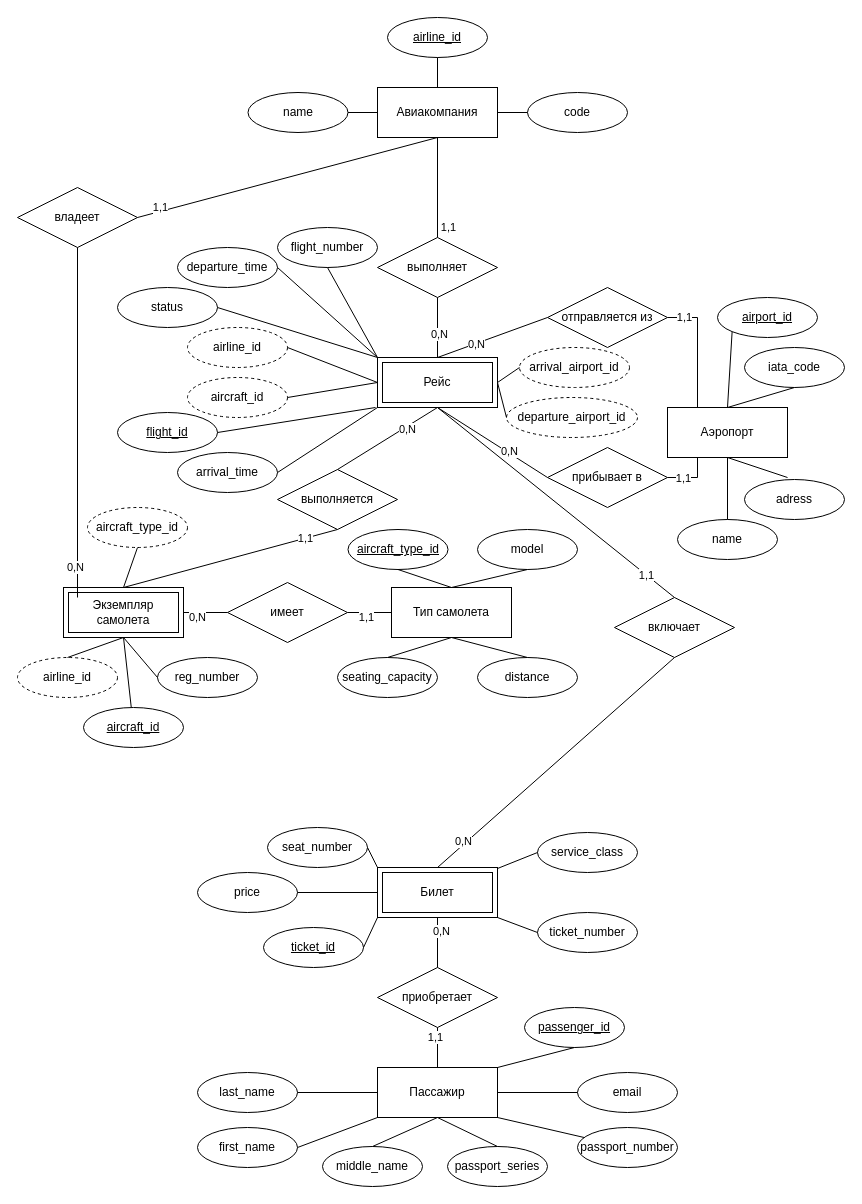
This is Концептуальная модель.drawio from zhulegoalina/DBMS-labs, a draw.io file, before an edit. Source tidied: cells renumbered, new cells numbered last; positions are measured from the earlier drawing's top-left corner, leaving out a move shared by most shapes. Both pictures are drawn from the tidied source at 100%, with x=0, y=0 at pixel (17, 17).
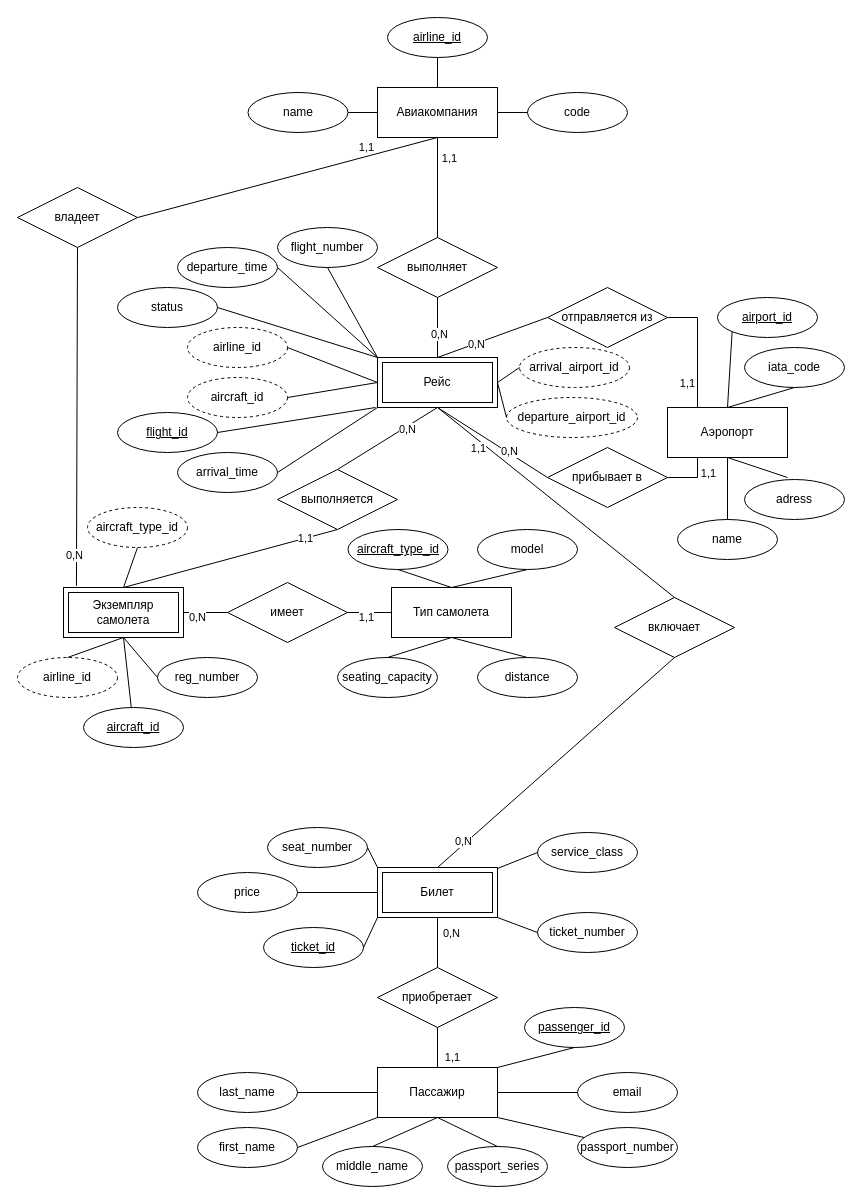
The same diagram, later.

The change refers to these unchanged cells:
```xml
<mxCell id="6" style="edgeStyle=entityRelationEdgeStyle;rounded=0;jettySize=auto;html=1;exitX=0.5;exitY=0;exitDx=0;exitDy=0;entryX=1;entryY=0.5;entryDx=0;entryDy=0;endArrow=none;endFill=0;" parent="1" edge="1" source="10" target="54">
  <mxGeometry relative="1" as="geometry" />
</mxCell>
<mxCell id="8" style="edgeStyle=entityRelationEdgeStyle;rounded=0;jettySize=auto;html=1;endArrow=none;endFill=0;exitX=0.5;exitY=1;exitDx=0;exitDy=0;" parent="1" edge="1" source="10" target="55">
  <mxGeometry relative="1" as="geometry" />
</mxCell>
<mxCell id="13" value="&lt;span style=&quot;&quot;&gt;Экземпляр самолета&lt;/span&gt;" style="shape=ext;margin=3;double=1;whiteSpace=wrap;html=1;align=center;fillColor=light-dark(#FFFFFF,#FF33FF);fontColor=light-dark(#000000,#000000);strokeColor=light-dark(#000000,#000000);" parent="1" vertex="1">
  <mxGeometry x="46" y="570" width="120" height="50" as="geometry" />
</mxCell>
<mxCell id="57" value="владеет" style="shape=rhombus;perimeter=rhombusPerimeter;whiteSpace=wrap;html=1;align=center;fillColor=light-dark(#FFFFFF,#E6D0DE);strokeColor=light-dark(#000000,#000000);fontColor=light-dark(#000000,#000000);" parent="1" vertex="1">
  <mxGeometry y="170" width="120" height="60" as="geometry" />
</mxCell>
<mxCell id="65" style="endArrow=none;html=1;rounded=0;exitX=0.5;exitY=1;exitDx=0;exitDy=0;entryX=1;entryY=0.5;entryDx=0;entryDy=0;" parent="1" edge="1" source="2" target="57">
  <mxGeometry relative="1" as="geometry" />
</mxCell>
<mxCell id="69" style="endArrow=none;html=1;rounded=0;exitX=0.5;exitY=0;exitDx=0;exitDy=0;entryX=0.5;entryY=1;entryDx=0;entryDy=0;" parent="1" edge="1" source="53" target="2">
  <mxGeometry relative="1" as="geometry" />
</mxCell>
<mxCell id="77" style="endArrow=none;html=1;rounded=0;exitX=0.5;exitY=1;exitDx=0;exitDy=0;entryX=0.5;entryY=0;entryDx=0;entryDy=0;" parent="1" edge="1" source="15" target="59">
  <mxGeometry relative="1" as="geometry" />
</mxCell>
<mxCell id="79" style="endArrow=none;html=1;rounded=0;exitX=0.5;exitY=1;exitDx=0;exitDy=0;entryX=0.5;entryY=0;entryDx=0;entryDy=0;" parent="1" edge="1" source="59" target="16">
  <mxGeometry relative="1" as="geometry" />
</mxCell>
<mxCell id="81" style="endArrow=none;html=1;rounded=0;entryX=0.5;entryY=0;entryDx=0;entryDy=0;exitX=0.5;exitY=1;exitDx=0;exitDy=0;" parent="1" edge="1" source="14" target="60">
  <mxGeometry relative="1" as="geometry" />
</mxCell>
```

What changed in the source:
```diff
@@
     <mxCell id="7" value="1,1" style="edgeLabel;html=1;align=center;verticalAlign=middle;" parent="6" vertex="1">
-      <mxGeometry x="0.79" y="-1" relative="1" as="geometry" />
+      <mxGeometry x="0.79" y="-1" relative="1" as="geometry">
+        <mxPoint x="3" y="66" as="offset" />
+      </mxGeometry>
     </mxCell>
@@
     <mxCell id="9" value="1,1" style="edgeLabel;html=1;align=center;verticalAlign=middle;" parent="8" vertex="1">
-      <mxGeometry x="0.63" relative="1" as="geometry" />
+      <mxGeometry x="0.63" relative="1" as="geometry">
+        <mxPoint x="25" y="-5" as="offset" />
+      </mxGeometry>
     </mxCell>
@@
-    <mxCell id="63" style="endArrow=none;html=1;rounded=0;exitX=0.5;exitY=1;exitDx=0;exitDy=0;" parent="1" edge="1" source="57">
-      <mxGeometry relative="1" as="geometry">
-        <mxPoint x="60" y="580" as="targetPoint" />
-      </mxGeometry>
+    <mxCell id="63" style="endArrow=none;html=1;rounded=0;exitX=0.5;exitY=1;exitDx=0;exitDy=0;entryX=0.108;entryY=-0.033;entryDx=0;entryDy=0;entryPerimeter=0;" parent="1" edge="1" source="57" target="13">
+      <mxGeometry relative="1" as="geometry" />
     </mxCell>
@@
     <mxCell id="66" value="1,1" style="edgeLabel;html=1;align=center;verticalAlign=middle;" parent="65" vertex="1">
-      <mxGeometry x="0.84" y="-4" relative="1" as="geometry" />
+      <mxGeometry x="0.84" y="-4" relative="1" as="geometry">
+        <mxPoint x="206" y="-60" as="offset" />
+      </mxGeometry>
     </mxCell>
@@
     <mxCell id="70" value="1,1" style="edgeLabel;html=1;align=center;verticalAlign=middle;" parent="69" vertex="1">
       <mxGeometry x="-0.56" relative="1" as="geometry">
-        <mxPoint x="10" y="11" as="offset" />
+        <mxPoint x="11" y="-58" as="offset" />
       </mxGeometry>
     </mxCell>
@@
     <mxCell id="78" value="0,N" style="edgeLabel;html=1;align=center;verticalAlign=middle;" parent="77" vertex="1">
-      <mxGeometry x="-0.47" y="3" relative="1" as="geometry" />
+      <mxGeometry x="-0.47" y="3" relative="1" as="geometry">
+        <mxPoint x="10" y="2" as="offset" />
+      </mxGeometry>
     </mxCell>
@@
     <mxCell id="80" value="1,1" style="edgeLabel;html=1;align=center;verticalAlign=middle;" parent="79" vertex="1">
-      <mxGeometry x="-0.53" y="-3" relative="1" as="geometry" />
+      <mxGeometry x="-0.53" y="-3" relative="1" as="geometry">
+        <mxPoint x="17" y="20" as="offset" />
+      </mxGeometry>
     </mxCell>
@@
     <mxCell id="82" value="1,1" style="edgeLabel;html=1;align=center;verticalAlign=middle;" parent="81" vertex="1">
-      <mxGeometry x="0.76" relative="1" as="geometry" />
+      <mxGeometry x="0.76" relative="1" as="geometry">
+        <mxPoint x="-168" y="-127" as="offset" />
+      </mxGeometry>
     </mxCell>
```
